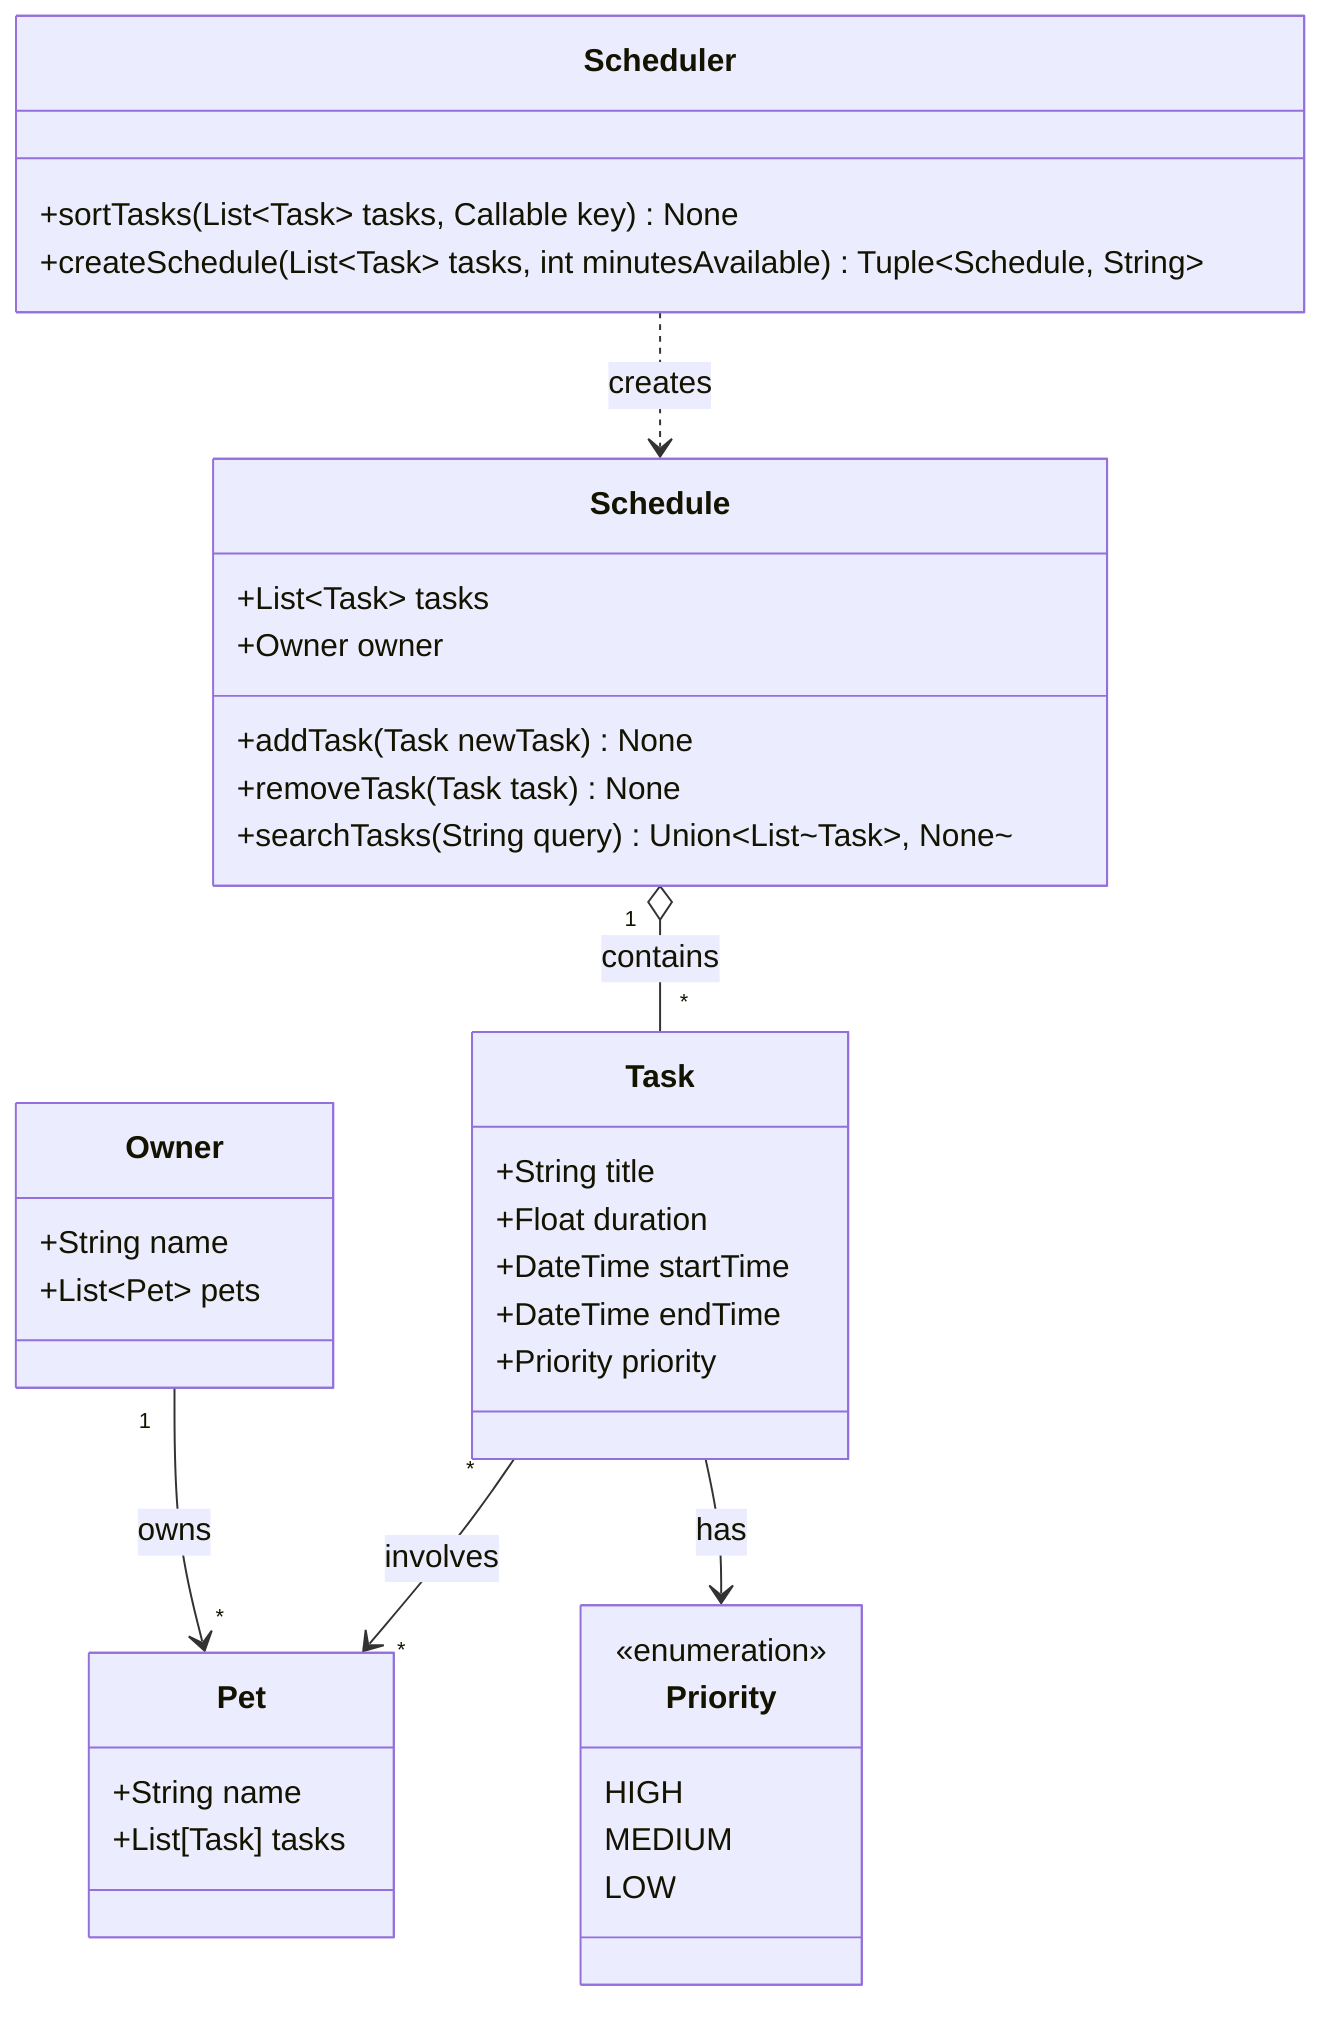
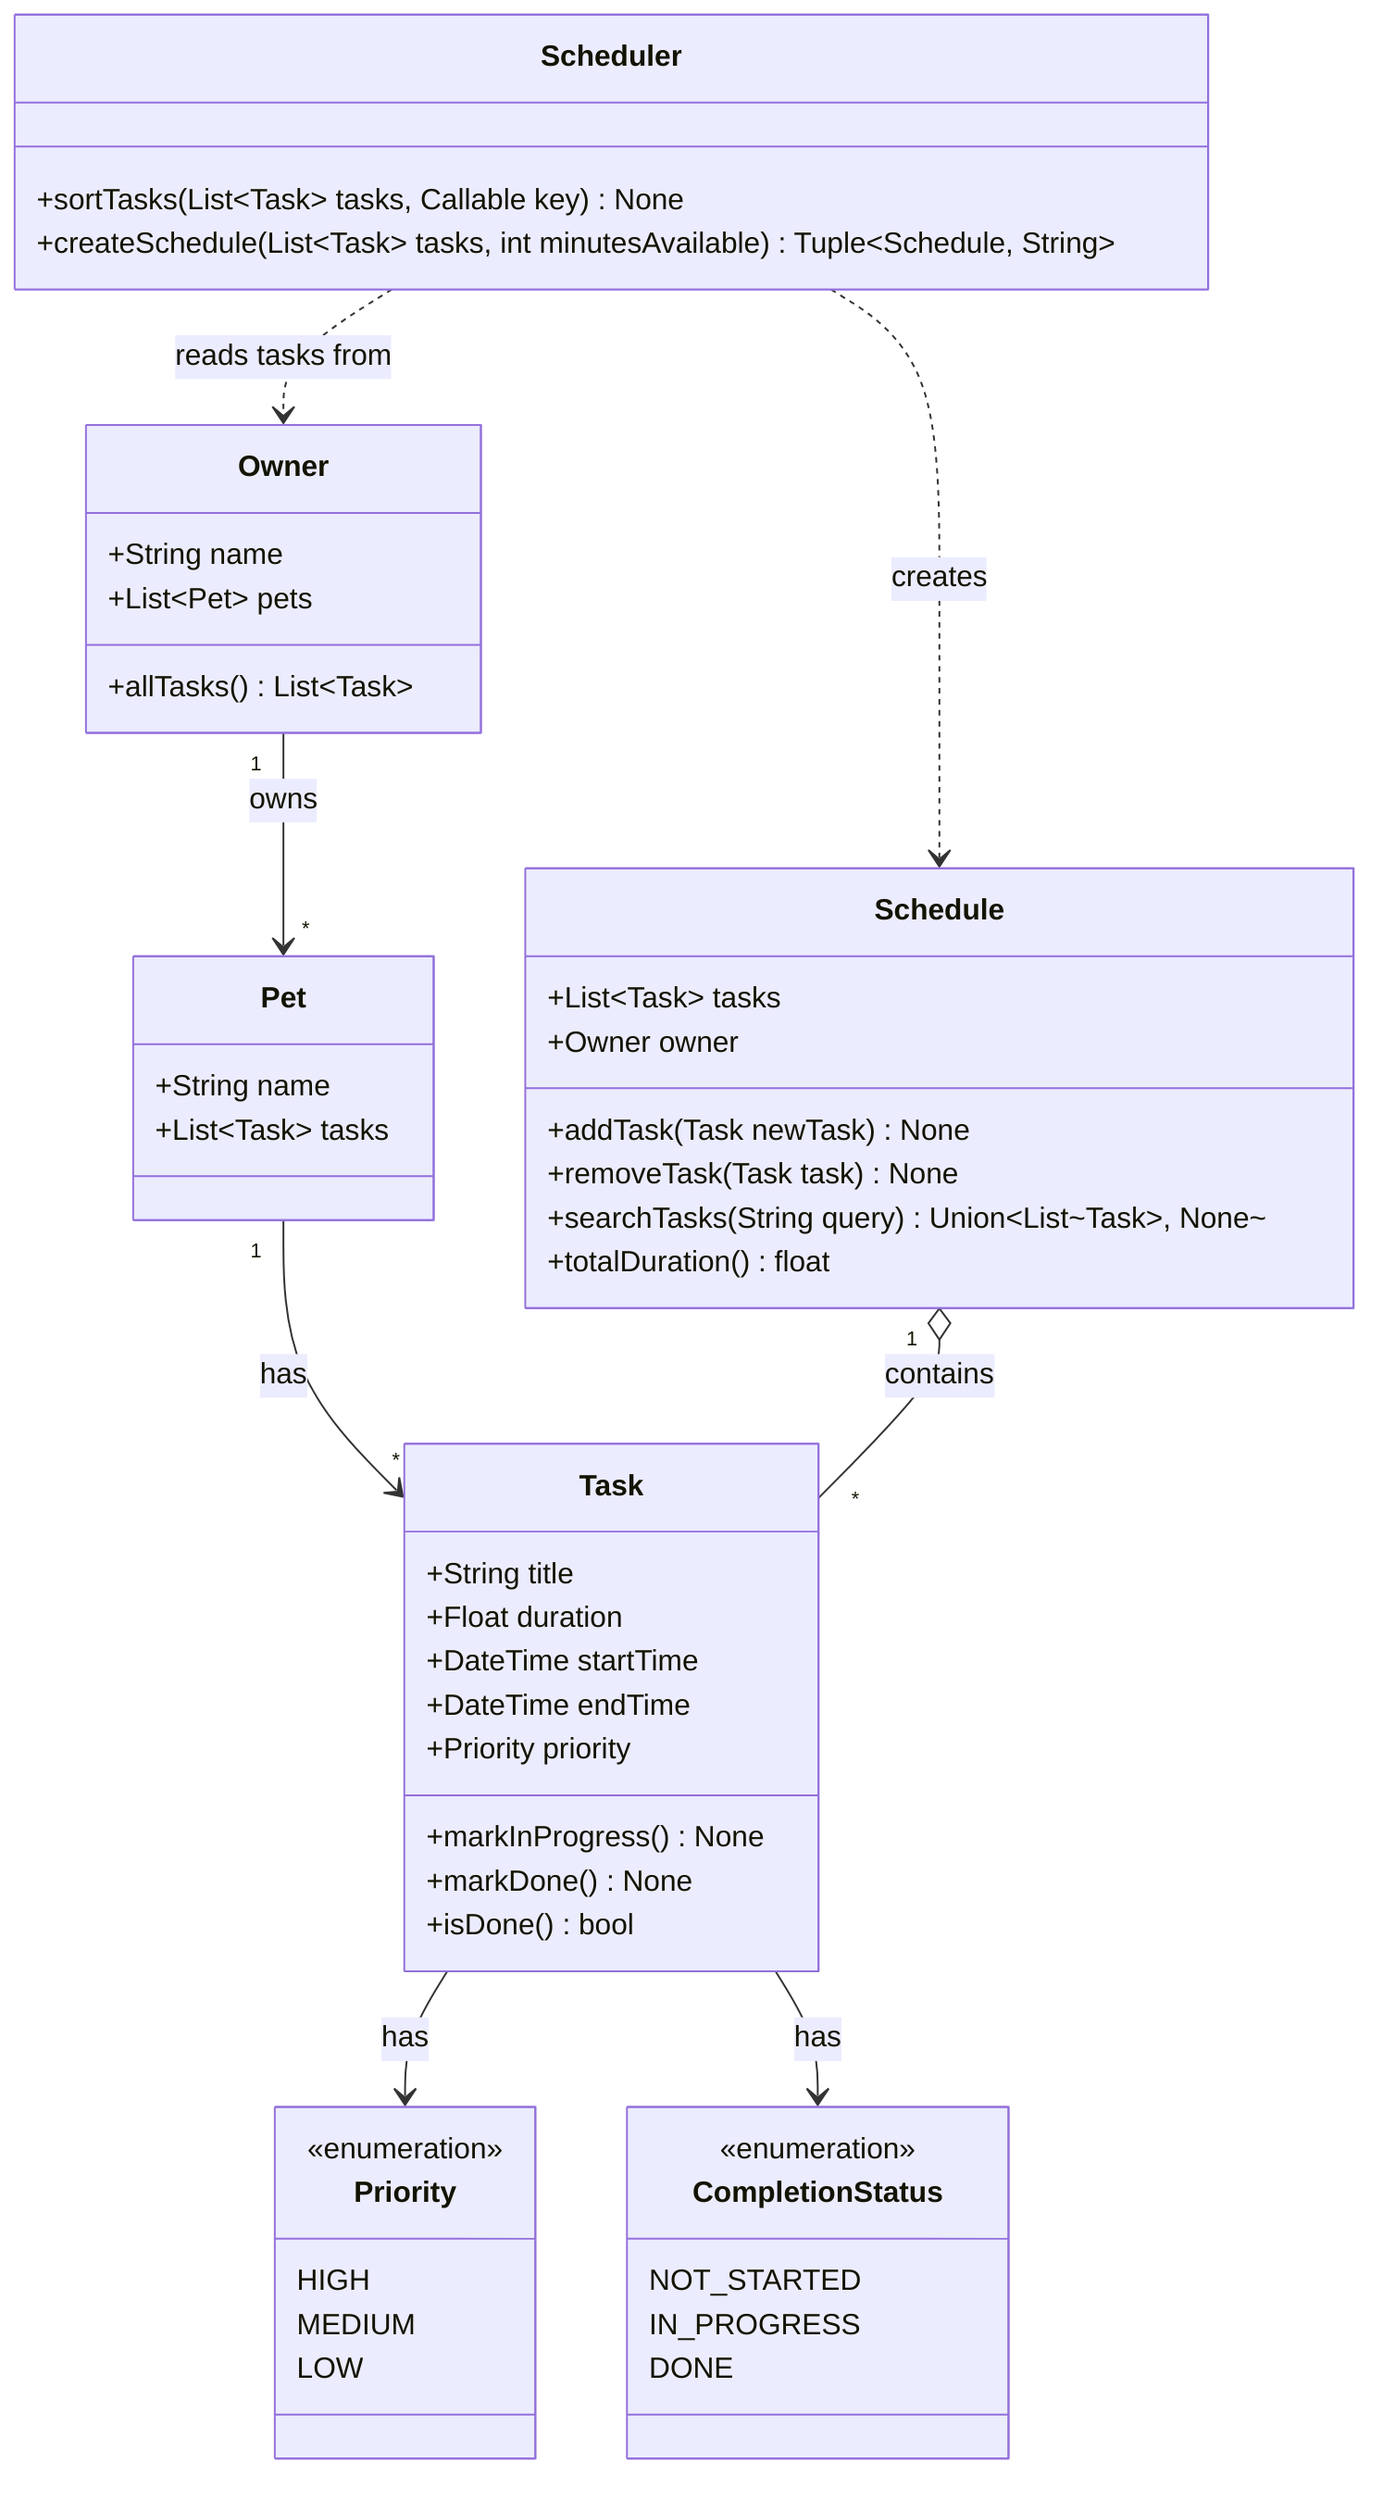
classDiagram
    %% PawPal+ class diagram — pet care task scheduling

    class Pet {
        +String name
-         +List[Task] tasks
+         +List~Task~ tasks
    }

    class Owner {
        +String name
        +List~Pet~ pets
+ 
+         +allTasks() List~Task~
    }

    class Task {
        +String title
        +Float duration
        +DateTime startTime
        +DateTime endTime
        +Priority priority
+ 
+         +markInProgress() None
+         +markDone() None
+         +isDone() bool
    }

    class Schedule {
        +List~Task~ tasks
        +Owner owner

        +addTask(Task newTask) None
        +removeTask(Task task) None
        +searchTasks(String query) Union~List~Task~, None~
+         +totalDuration() float
    }

    class Scheduler {
        +sortTasks(List~Task~ tasks, Callable key) None
        +createSchedule(List~Task~ tasks, int minutesAvailable) Tuple~Schedule, String~
+     }
+ 
+     class CompletionStatus {
+         <<enumeration>>
+         NOT_STARTED
+         IN_PROGRESS
+         DONE
    }

    class Priority {
        <<enumeration>>
        HIGH
        MEDIUM
        LOW
    }

    Owner "1" --> "*" Pet : owns
-     Task "*" --> "*" Pet : involves
+     Pet "1" --> "*" Task : has
    Task --> Priority : has
+     Task --> CompletionStatus : has
    Scheduler ..> Schedule : creates
+     Scheduler ..> Owner : reads tasks from
    Schedule "1" o-- "*" Task : contains
